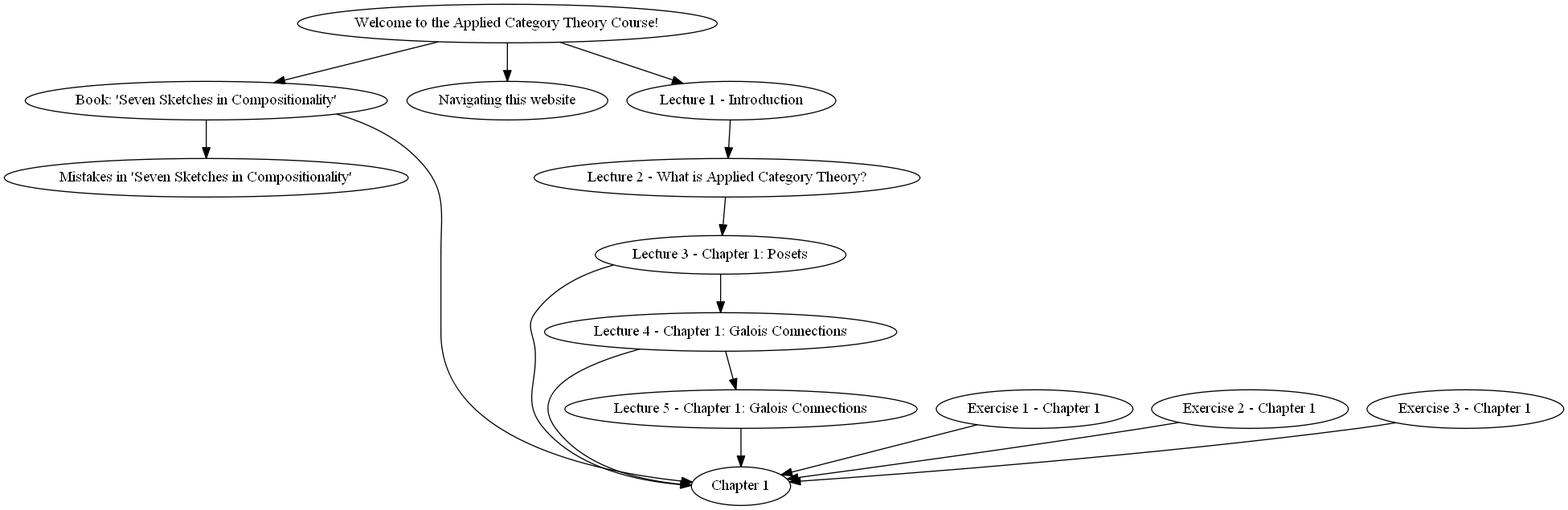
Earlier version of the Graphviz export courseStructure/img/courseStructure.png (sfinnie/CategoryTheoryCourseNotes). Its source is kept beside it as courseStructure/courseStructure.dot. Its diagram source:
```dot
digraph G {
	"Welcome to the Applied Category Theory Course!" -> "Book: 'Seven Sketches in Compositionality'"
	"Welcome to the Applied Category Theory Course!" -> "Navigating this website"
	"Book: 'Seven Sketches in Compositionality'" -> "Mistakes in 'Seven Sketches in Compositionality'"
	"Book: 'Seven Sketches in Compositionality'" -> "Chapter 1"
	"Welcome to the Applied Category Theory Course!" -> "Lecture 1 - Introduction"
	"Lecture 1 - Introduction" -> "Lecture 2 - What is Applied Category Theory?"
	"Lecture 2 - What is Applied Category Theory?" -> "Lecture 3 - Chapter 1: Posets"
	"Lecture 3 - Chapter 1: Posets" -> "Chapter 1"
	"Lecture 3 - Chapter 1: Posets" -> "Lecture 4 - Chapter 1: Galois Connections"
	"Lecture 4 - Chapter 1: Galois Connections" -> "Chapter 1"
	"Lecture 4 - Chapter 1: Galois Connections" -> "Lecture 5 - Chapter 1: Galois Connections"
	"Lecture 5 - Chapter 1: Galois Connections" -> "Chapter 1"
	"Exercise 1 - Chapter 1" -> "Chapter 1"
	"Exercise 2 - Chapter 1" -> "Chapter 1"
	"Exercise 3 - Chapter 1" -> "Chapter 1"
}
```
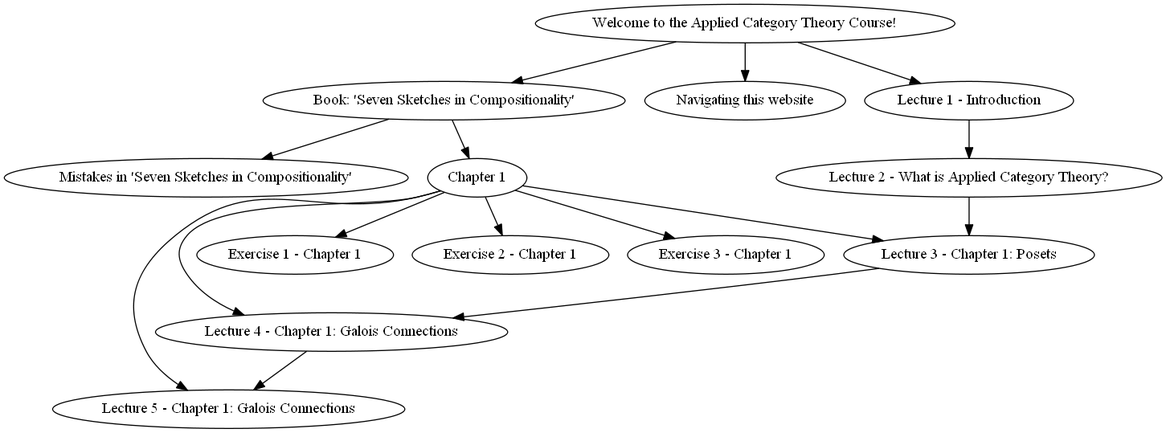
After the commit.

Commit message:
correct direction of edges connected to book

Diff of the diagram source:
```diff
@@ -6,12 +6,12 @@
 	"Welcome to the Applied Category Theory Course!" -> "Lecture 1 - Introduction"
 	"Lecture 1 - Introduction" -> "Lecture 2 - What is Applied Category Theory?"
 	"Lecture 2 - What is Applied Category Theory?" -> "Lecture 3 - Chapter 1: Posets"
-	"Lecture 3 - Chapter 1: Posets" -> "Chapter 1"
+	"Chapter 1" -> "Lecture 3 - Chapter 1: Posets"
 	"Lecture 3 - Chapter 1: Posets" -> "Lecture 4 - Chapter 1: Galois Connections"
-	"Lecture 4 - Chapter 1: Galois Connections" -> "Chapter 1"
+	"Chapter 1" ->"Lecture 4 - Chapter 1: Galois Connections"
 	"Lecture 4 - Chapter 1: Galois Connections" -> "Lecture 5 - Chapter 1: Galois Connections"
-	"Lecture 5 - Chapter 1: Galois Connections" -> "Chapter 1"
-	"Exercise 1 - Chapter 1" -> "Chapter 1"
-	"Exercise 2 - Chapter 1" -> "Chapter 1"
-	"Exercise 3 - Chapter 1" -> "Chapter 1"
+	"Chapter 1" -> "Lecture 5 - Chapter 1: Galois Connections"
+	"Chapter 1" -> "Exercise 1 - Chapter 1"
+	"Chapter 1" -> "Exercise 2 - Chapter 1"
+	"Chapter 1" -> "Exercise 3 - Chapter 1"
 }
```
